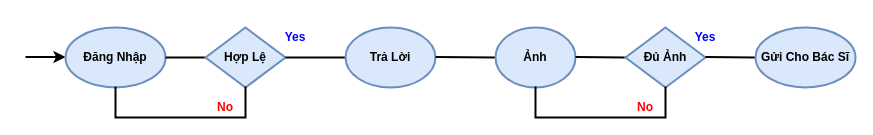
Before: dataram.drawio in philong97/diagram, a draw.io diagram. Source tidied: cells renumbered, new cells numbered last; positions are measured from the earlier drawing's top-left corner, leaving out a move shared by most shapes. Both pictures are drawn from the tidied source at 100%, with x=0, y=0 at pixel (25, 27).
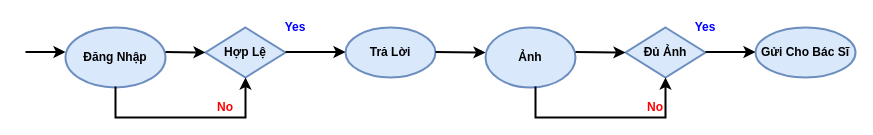
The same diagram, later.

Unchanged cells that the change refers to:
```xml
<mxCell id="14" style="shape=partialRectangle;whiteSpace=wrap;html=1;bottom=1;right=1;left=1;top=0;fillColor=none;routingCenterX=-0.5;strokeWidth=2;fontStyle=1;" parent="1" vertex="1">
  <mxGeometry x="90" y="60" width="130" height="30" as="geometry" />
</mxCell>
```

What changed in the source:
```diff
@@
     <mxCell id="2" style="endArrow=classic;html=1;strokeWidth=2;fontStyle=1;" parent="1" edge="1">
       <mxGeometry relative="1" as="geometry">
-        <mxPoint y="29.5" as="sourcePoint" />
-        <mxPoint x="40" y="29.5" as="targetPoint" />
+        <mxPoint y="24.5" as="sourcePoint" />
+        <mxPoint x="40" y="24.5" as="targetPoint" />
       </mxGeometry>
     </mxCell>
@@
-    <mxCell id="4" style="endArrow=none;html=1;strokeWidth=2;fontStyle=1;" parent="1" edge="1">
-      <mxGeometry relative="1" as="geometry">
-        <mxPoint x="140" y="30" as="sourcePoint" />
-        <mxPoint x="180" y="30" as="targetPoint" />
-      </mxGeometry>
-    </mxCell>
     <mxCell id="5" value="Hợp Lệ" style="rhombus;whiteSpace=wrap;html=1;strokeWidth=2;fillColor=#dae8fc;strokeColor=#6c8ebf;fontStyle=1;" parent="1" vertex="1">
-      <mxGeometry x="180" width="80" height="60" as="geometry" />
+      <mxGeometry x="180" width="80" height="50" as="geometry" />
     </mxCell>
-    <mxCell id="6" style="endArrow=none;html=1;strokeWidth=2;fontStyle=1;" parent="1" edge="1">
-      <mxGeometry relative="1" as="geometry">
-        <mxPoint x="260" y="30" as="sourcePoint" />
-        <mxPoint x="320" y="30" as="targetPoint" />
-      </mxGeometry>
-    </mxCell>
     <mxCell id="7" value="Trả Lời" style="ellipse;whiteSpace=wrap;html=1;strokeWidth=2;fillColor=#dae8fc;strokeColor=#6c8ebf;fontStyle=1;" parent="1" vertex="1">
-      <mxGeometry x="320" width="90" height="60" as="geometry" />
+      <mxGeometry x="320" width="90" height="50" as="geometry" />
     </mxCell>
-    <mxCell id="8" style="endArrow=none;html=1;strokeWidth=2;fontStyle=1;" parent="1" edge="1">
-      <mxGeometry relative="1" as="geometry">
-        <mxPoint x="410" y="29.5" as="sourcePoint" />
-        <mxPoint x="470" y="30" as="targetPoint" />
-      </mxGeometry>
-    </mxCell>
     <mxCell id="9" value="Ảnh" style="ellipse;whiteSpace=wrap;html=1;strokeWidth=2;fillColor=#dae8fc;strokeColor=#6c8ebf;fontStyle=1;" parent="1" vertex="1">
-      <mxGeometry x="470" width="80" height="60" as="geometry" />
+      <mxGeometry x="460" width="90" height="60" as="geometry" />
     </mxCell>
-    <mxCell id="10" style="endArrow=none;html=1;strokeWidth=2;fontStyle=1;" parent="1" edge="1">
-      <mxGeometry relative="1" as="geometry">
-        <mxPoint x="550" y="29.5" as="sourcePoint" />
-        <mxPoint x="600" y="30" as="targetPoint" />
-      </mxGeometry>
-    </mxCell>
     <mxCell id="11" value="Đủ Ảnh" style="rhombus;whiteSpace=wrap;html=1;strokeWidth=2;fillColor=#dae8fc;strokeColor=#6c8ebf;fontStyle=1;" parent="1" vertex="1">
-      <mxGeometry x="600" width="80" height="60" as="geometry" />
+      <mxGeometry x="600" width="80" height="50" as="geometry" />
     </mxCell>
-    <mxCell id="12" style="endArrow=none;html=1;strokeWidth=2;fontStyle=1;" parent="1" edge="1">
-      <mxGeometry relative="1" as="geometry">
-        <mxPoint x="680" y="29.5" as="sourcePoint" />
-        <mxPoint x="730" y="30" as="targetPoint" />
-      </mxGeometry>
-    </mxCell>
     <mxCell id="13" value="Gửi Cho Bác Sĩ" style="ellipse;whiteSpace=wrap;html=1;strokeWidth=2;fillColor=#dae8fc;strokeColor=#6c8ebf;fontStyle=1;" parent="1" vertex="1">
-      <mxGeometry x="730" width="100" height="60" as="geometry" />
+      <mxGeometry x="730" width="100" height="50" as="geometry" />
     </mxCell>
+    <mxCell id="20" style="edgeStyle=orthogonalEdgeStyle;rounded=0;jettySize=auto;html=1;exitX=1;exitY=0;exitDx=0;exitDy=0;entryX=0.5;entryY=1;entryDx=0;entryDy=0;strokeWidth=2;fontColor=#0000FF;" parent="1" edge="1" source="14" target="5">
+      <mxGeometry relative="1" as="geometry" />
+    </mxCell>
@@
-    <mxCell id="15" style="shape=partialRectangle;whiteSpace=wrap;html=1;bottom=1;right=1;left=1;top=0;fillColor=none;routingCenterX=-0.5;strokeWidth=2;fontStyle=1;" parent="1" vertex="1">
-      <mxGeometry x="510" y="60" width="130" height="30" as="geometry" />
-    </mxCell>
@@
     <mxCell id="17" value="No" style="text;html=1;strokeColor=none;fillColor=none;align=center;verticalAlign=middle;whiteSpace=wrap;rounded=0;fontStyle=1;fontColor=#FF0000;" parent="1" vertex="1">
-      <mxGeometry x="600" y="70" width="40" height="20" as="geometry" />
+      <mxGeometry x="610" y="70" width="40" height="20" as="geometry" />
     </mxCell>
     <mxCell id="18" value="Yes" style="text;html=1;strokeColor=none;fillColor=none;align=center;verticalAlign=middle;whiteSpace=wrap;rounded=0;fontColor=#0000FF;fontStyle=1;" parent="1" vertex="1">
-      <mxGeometry x="250" width="40" height="20" as="geometry" />
+      <mxGeometry x="250" y="-10" width="40" height="20" as="geometry" />
     </mxCell>
     <mxCell id="19" value="Yes" style="text;html=1;strokeColor=none;fillColor=none;align=center;verticalAlign=middle;whiteSpace=wrap;rounded=0;fontColor=#0000FF;fontStyle=1;" parent="1" vertex="1">
-      <mxGeometry x="660" width="40" height="20" as="geometry" />
+      <mxGeometry x="660" y="-10" width="40" height="20" as="geometry" />
     </mxCell>
+    <mxCell id="21" style="edgeStyle=orthogonalEdgeStyle;rounded=0;jettySize=auto;html=1;exitX=1;exitY=0;exitDx=0;exitDy=0;entryX=0.5;entryY=1;entryDx=0;entryDy=0;strokeWidth=2;fontColor=#0000FF;" parent="1" edge="1" source="22" target="11">
+      <mxGeometry relative="1" as="geometry" />
+    </mxCell>
+    <mxCell id="22" style="shape=partialRectangle;whiteSpace=wrap;html=1;bottom=1;right=1;left=1;top=0;fillColor=none;routingCenterX=-0.5;strokeWidth=2;fontStyle=1;" parent="1" vertex="1">
+      <mxGeometry x="510" y="60" width="130" height="30" as="geometry" />
+    </mxCell>
+    <mxCell id="23" style="endArrow=classic;html=1;strokeWidth=2;fontColor=#0000FF;" parent="1" edge="1">
+      <mxGeometry relative="1" as="geometry">
+        <mxPoint x="140" y="24.5" as="sourcePoint" />
+        <mxPoint x="180" y="25" as="targetPoint" />
+      </mxGeometry>
+    </mxCell>
+    <mxCell id="24" style="endArrow=classic;html=1;strokeWidth=2;fontColor=#0000FF;" parent="1" edge="1">
+      <mxGeometry relative="1" as="geometry">
+        <mxPoint x="260" y="24.5" as="sourcePoint" />
+        <mxPoint x="320" y="24.5" as="targetPoint" />
+      </mxGeometry>
+    </mxCell>
+    <mxCell id="25" style="endArrow=classic;html=1;strokeWidth=2;fontColor=#0000FF;" parent="1" edge="1">
+      <mxGeometry relative="1" as="geometry">
+        <mxPoint x="410" y="24.5" as="sourcePoint" />
+        <mxPoint x="460" y="25" as="targetPoint" />
+      </mxGeometry>
+    </mxCell>
+    <mxCell id="26" style="endArrow=classic;html=1;strokeWidth=2;fontColor=#0000FF;" parent="1" edge="1">
+      <mxGeometry relative="1" as="geometry">
+        <mxPoint x="550" y="24.5" as="sourcePoint" />
+        <mxPoint x="600" y="25" as="targetPoint" />
+      </mxGeometry>
+    </mxCell>
+    <mxCell id="27" style="endArrow=classic;html=1;strokeWidth=2;fontColor=#0000FF;" parent="1" edge="1">
+      <mxGeometry relative="1" as="geometry">
+        <mxPoint x="680" y="24.5" as="sourcePoint" />
+        <mxPoint x="730" y="24.5" as="targetPoint" />
+      </mxGeometry>
+    </mxCell>
```
